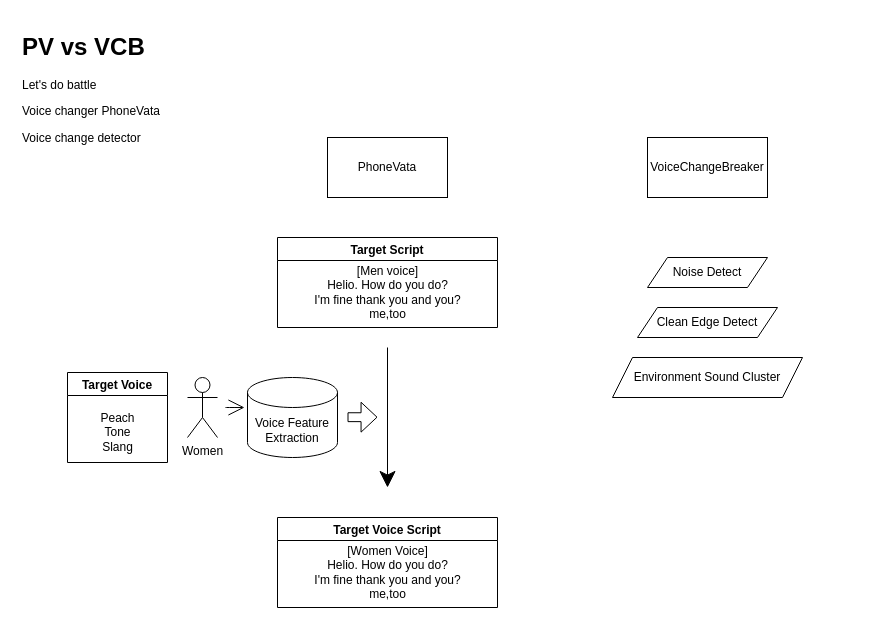
Earlier version of the draw.io diagram Untitled Diagram.drawio (goldpu/Flowchart-collection). Source tidied: cells renumbered, new cells numbered last; positions are measured from the earlier drawing's top-left corner, leaving out a move shared by most shapes. Both pictures are drawn from the tidied source at 100%, with x=0, y=0 at pixel (17, 27).
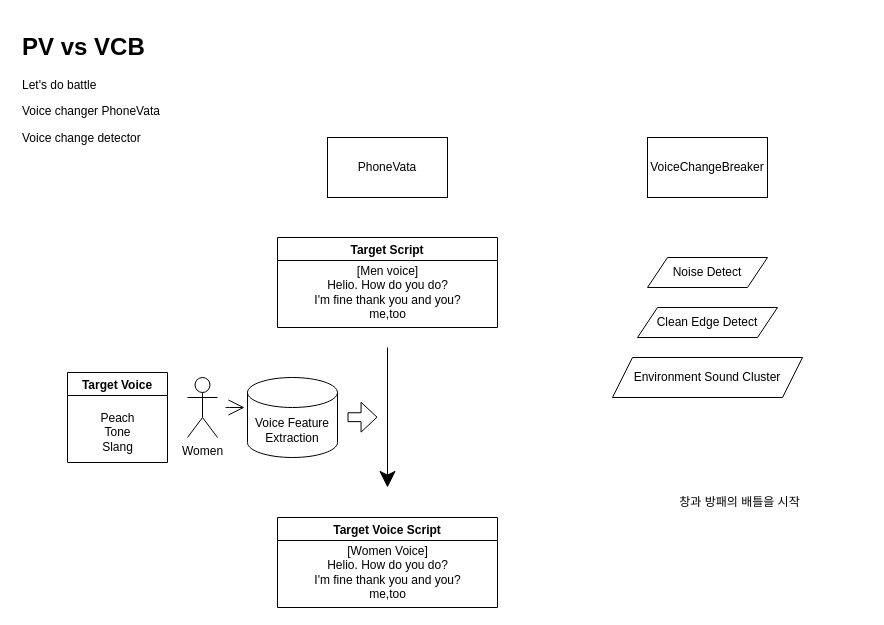
The same diagram, later.

The edit, as a diff of the source:
```diff
@@
+    <mxCell id="19" value="창과 방패의 배틀을 시작" style="text;html=1;strokeColor=none;fillColor=none;align=center;verticalAlign=middle;whiteSpace=wrap;rounded=0;" parent="1" vertex="1">
+      <mxGeometry x="595" y="460" width="255" height="30" as="geometry" />
+    </mxCell>
```
